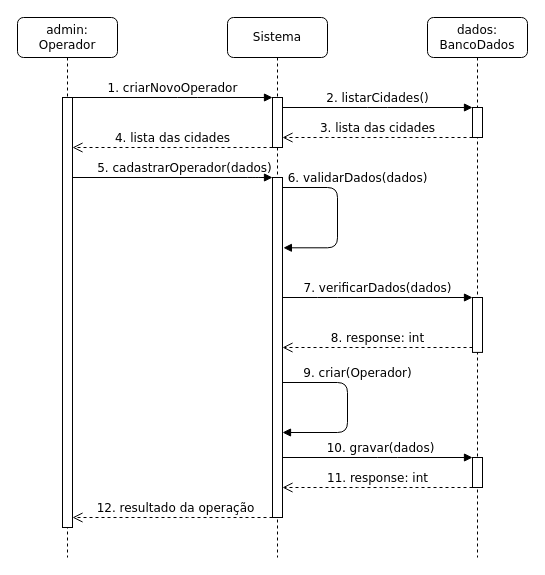
The draw.io diagram page "criar Operador" (1 of 6) of diagrama de sequencia do sistema.drawio in LuizGustavoNascimeto/draw.io, before the edit. Source tidied: cells renumbered, new cells numbered last; positions are measured from the earlier drawing's top-left corner, leaving out a move shared by most shapes. Both pictures are drawn from the tidied source at 100%, with x=0, y=0 at pixel (17, 17).
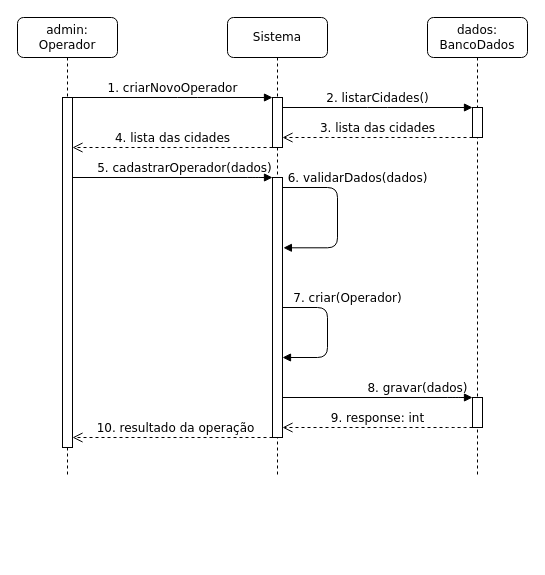
After the change.

The edit, as a diff of the source:
```diff
@@
     <mxCell id="3" value="admin: Operador" style="shape=umlLifeline;perimeter=lifelinePerimeter;whiteSpace=wrap;html=1;rounded=1;shadow=0;comic=0;labelBackgroundColor=none;strokeWidth=1;fontFamily=Verdana;fontSize=12;align=center;" parent="1" vertex="1">
-      <mxGeometry width="100" height="540" as="geometry" />
+      <mxGeometry width="100" height="460" as="geometry" />
     </mxCell>
     <mxCell id="4" style="html=1;points=[];perimeter=orthogonalPerimeter;rounded=0;shadow=0;comic=0;labelBackgroundColor=none;strokeWidth=1;fontFamily=Verdana;fontSize=12;align=center;" parent="3" vertex="1">
-      <mxGeometry x="45" y="80" width="10" height="430" as="geometry" />
+      <mxGeometry x="45" y="80" width="10" height="350" as="geometry" />
     </mxCell>
@@
     <mxCell id="6" value="Sistema" style="shape=umlLifeline;perimeter=lifelinePerimeter;whiteSpace=wrap;html=1;rounded=1;shadow=0;comic=0;labelBackgroundColor=none;strokeWidth=1;fontFamily=Verdana;fontSize=12;align=center;" parent="1" vertex="1">
-      <mxGeometry x="210" width="100" height="540" as="geometry" />
+      <mxGeometry x="210" width="100" height="460" as="geometry" />
     </mxCell>
@@
     <mxCell id="8" style="html=1;points=[];perimeter=orthogonalPerimeter;rounded=0;shadow=0;comic=0;labelBackgroundColor=none;strokeWidth=1;fontFamily=Verdana;fontSize=12;align=center;" parent="6" vertex="1">
-      <mxGeometry x="45" y="160" width="10" height="340" as="geometry" />
+      <mxGeometry x="45" y="160" width="10" height="260" as="geometry" />
     </mxCell>
@@
-    <mxCell id="10" value="9. criar(Operador)" style="html=1;verticalAlign=bottom;endArrow=block;labelBackgroundColor=none;fontFamily=Verdana;fontSize=12;edgeStyle=elbowEdgeStyle;elbow=horizontal;" parent="6" edge="1">
-      <mxGeometry x="-0.28" y="10" relative="1" as="geometry">
-        <mxPoint x="55" y="365" as="sourcePoint" />
-        <mxPoint x="55" y="415" as="targetPoint" />
+    <mxCell id="10" value="7. criar(Operador)" style="html=1;verticalAlign=bottom;endArrow=block;labelBackgroundColor=none;fontFamily=Verdana;fontSize=12;edgeStyle=elbowEdgeStyle;elbow=horizontal;" parent="6" edge="1">
+      <mxGeometry x="-0.36" y="20" relative="1" as="geometry">
+        <mxPoint x="55" y="290" as="sourcePoint" />
+        <mxPoint x="55" y="340" as="targetPoint" />
         <Array as="points">
-          <mxPoint x="120" y="370" />
+          <mxPoint x="100" y="315" />
         </Array>
       </mxGeometry>
     </mxCell>
-    <mxCell id="11" value="8. response: int" style="html=1;verticalAlign=bottom;endArrow=open;dashed=1;endSize=8;labelBackgroundColor=none;fontFamily=Verdana;fontSize=12;edgeStyle=elbowEdgeStyle;elbow=horizontal;" parent="1" edge="1" source="13" target="8">
-      <mxGeometry relative="1" as="geometry">
-        <Array as="points">
-          <mxPoint x="340" y="330" />
-        </Array>
-      </mxGeometry>
-    </mxCell>
     <mxCell id="12" value="dados: BancoDados" style="shape=umlLifeline;perimeter=lifelinePerimeter;whiteSpace=wrap;html=1;rounded=1;shadow=0;comic=0;labelBackgroundColor=none;strokeWidth=1;fontFamily=Verdana;fontSize=12;align=center;" parent="1" vertex="1">
-      <mxGeometry x="410" width="100" height="540" as="geometry" />
+      <mxGeometry x="410" width="100" height="460" as="geometry" />
     </mxCell>
-    <mxCell id="13" style="html=1;points=[];perimeter=orthogonalPerimeter;rounded=0;shadow=0;comic=0;labelBackgroundColor=none;strokeWidth=1;fontFamily=Verdana;fontSize=12;align=center;" parent="12" vertex="1">
-      <mxGeometry x="45" y="280" width="10" height="54.9" as="geometry" />
-    </mxCell>
     <mxCell id="14" style="html=1;points=[];perimeter=orthogonalPerimeter;rounded=0;shadow=0;comic=0;labelBackgroundColor=none;strokeWidth=1;fontFamily=Verdana;fontSize=12;align=center;" parent="12" vertex="1">
-      <mxGeometry x="45" y="440" width="10" height="30" as="geometry" />
+      <mxGeometry x="45" y="380" width="10" height="30" as="geometry" />
     </mxCell>
@@
-    <mxCell id="16" value="7. verificarDados(dados)" style="html=1;verticalAlign=bottom;endArrow=block;labelBackgroundColor=none;fontFamily=Verdana;fontSize=12;edgeStyle=elbowEdgeStyle;elbow=horizontal;" parent="1" edge="1" source="8" target="13">
-      <mxGeometry relative="1" as="geometry">
-        <Array as="points">
-          <mxPoint x="310" y="280" />
-        </Array>
-      </mxGeometry>
-    </mxCell>
-    <mxCell id="17" value="12. resultado da operação" style="html=1;verticalAlign=bottom;endArrow=open;dashed=1;endSize=8;labelBackgroundColor=none;fontFamily=Verdana;fontSize=12;edgeStyle=elbowEdgeStyle;elbow=vertical;" parent="1" edge="1" source="8" target="4">
+    <mxCell id="17" value="10. resultado da operação" style="html=1;verticalAlign=bottom;endArrow=open;dashed=1;endSize=8;labelBackgroundColor=none;fontFamily=Verdana;fontSize=12;edgeStyle=elbowEdgeStyle;elbow=vertical;" parent="1" edge="1" source="8" target="4">
       <mxGeometry x="-0.03" relative="1" as="geometry">
         <Array as="points">
-          <mxPoint x="160" y="500" />
+          <mxPoint x="170" y="420" />
         </Array>
       </mxGeometry>
     </mxCell>
@@
-    <mxCell id="19" value="10. gravar(dados)" style="html=1;verticalAlign=bottom;endArrow=block;labelBackgroundColor=none;fontFamily=Verdana;fontSize=12;edgeStyle=elbowEdgeStyle;elbow=vertical;" parent="1" edge="1" source="8" target="14">
-      <mxGeometry x="0.03" relative="1" as="geometry">
+    <mxCell id="19" value="8. gravar(dados)" style="html=1;verticalAlign=bottom;endArrow=block;labelBackgroundColor=none;fontFamily=Verdana;fontSize=12;edgeStyle=elbowEdgeStyle;elbow=vertical;" parent="1" edge="1" source="8" target="14">
+      <mxGeometry x="0.42" relative="1" as="geometry">
         <Array as="points">
-          <mxPoint x="370" y="440" />
+          <mxPoint x="440" y="380" />
         </Array>
       </mxGeometry>
     </mxCell>
@@
-    <mxCell id="21" value="11. response: int" style="html=1;verticalAlign=bottom;endArrow=open;dashed=1;endSize=8;labelBackgroundColor=none;fontFamily=Verdana;fontSize=12;edgeStyle=elbowEdgeStyle;elbow=vertical;" parent="1" edge="1" source="14" target="8">
+    <mxCell id="21" value="9. response: int" style="html=1;verticalAlign=bottom;endArrow=open;dashed=1;endSize=8;labelBackgroundColor=none;fontFamily=Verdana;fontSize=12;edgeStyle=elbowEdgeStyle;elbow=vertical;" parent="1" edge="1" source="14" target="8">
       <mxGeometry relative="1" as="geometry">
         <Array as="points">
-          <mxPoint x="350" y="470" />
+          <mxPoint x="440" y="410" />
         </Array>
       </mxGeometry>
     </mxCell>
```
